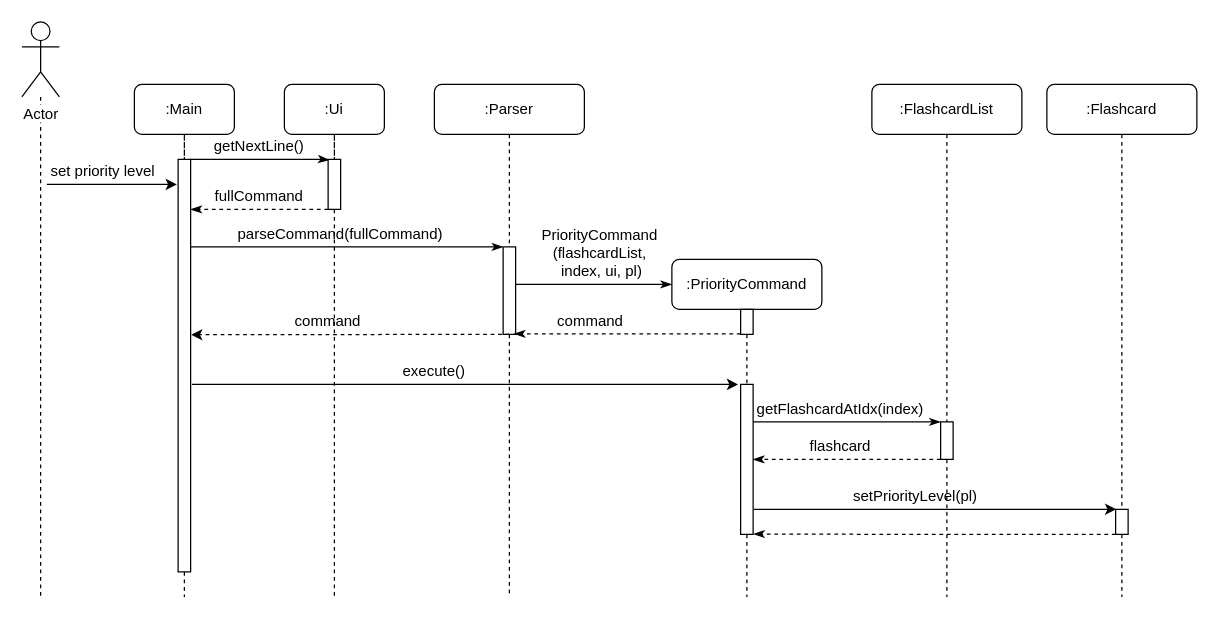
Earlier version of the draw.io diagram docs/images/setPriorityLevelSequenceDiagram.drawio (sliu107/tp). Source tidied: cells renumbered, new cells numbered last; positions are measured from the earlier drawing's top-left corner, leaving out a move shared by most shapes. Both pictures are drawn from the tidied source at 125%, with x=0, y=0 at pixel (21, 21).
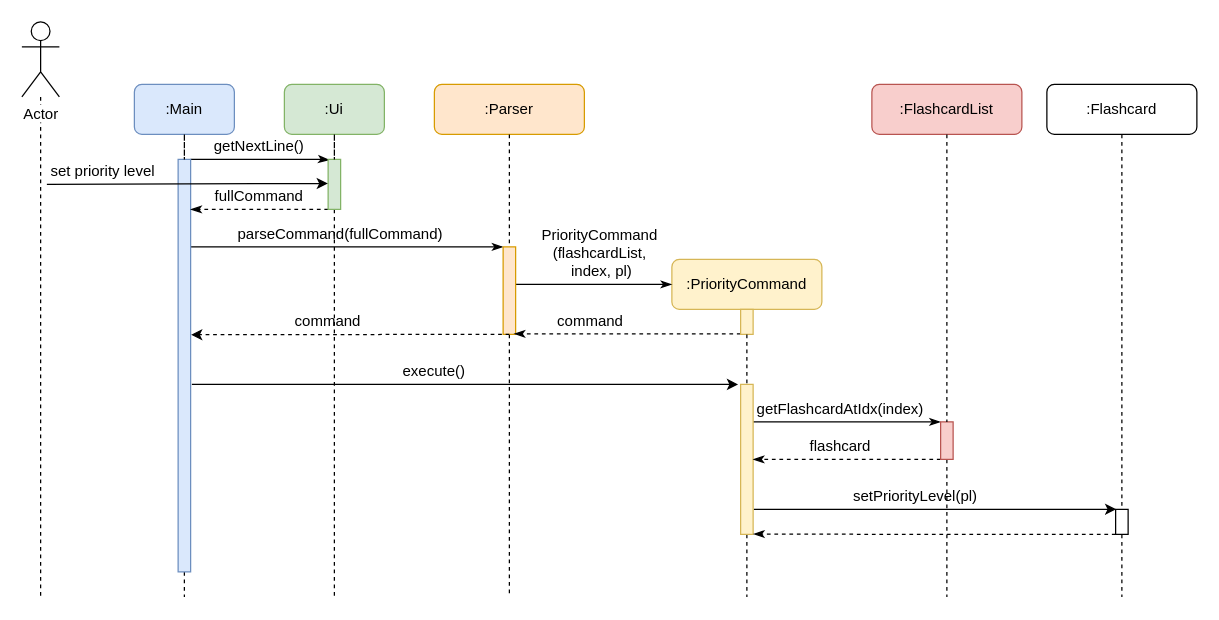
The same page after the edit.

Commit message (it also covers changes not shown here):
Update sequence diagrams

What changed in the source:
```diff
@@
-    <mxCell id="5" value=":PriorityCommand" style="rounded=1;whiteSpace=wrap;html=1;" parent="1" vertex="1">
+    <mxCell id="5" value=":PriorityCommand" style="rounded=1;whiteSpace=wrap;html=1;fillColor=#fff2cc;strokeColor=#d6b656;" parent="1" vertex="1">
       <mxGeometry x="520" y="190" width="120" height="40" as="geometry" />
     </mxCell>
@@
-    <mxCell id="7" value=":FlashcardList" style="rounded=1;whiteSpace=wrap;html=1;" parent="1" vertex="1">
+    <mxCell id="7" value=":FlashcardList" style="rounded=1;whiteSpace=wrap;html=1;fillColor=#f8cecc;strokeColor=#b85450;" parent="1" vertex="1">
       <mxGeometry x="680" y="50" width="120" height="40" as="geometry" />
     </mxCell>
@@
-    <mxCell id="9" value=":Ui" style="rounded=1;whiteSpace=wrap;html=1;" parent="1" vertex="1">
+    <mxCell id="9" value=":Ui" style="rounded=1;whiteSpace=wrap;html=1;fillColor=#d5e8d4;strokeColor=#82b366;" parent="1" vertex="1">
       <mxGeometry x="210" y="50" width="80" height="40" as="geometry" />
     </mxCell>
@@
-    <mxCell id="11" value=":Parser" style="rounded=1;whiteSpace=wrap;html=1;" parent="1" vertex="1">
+    <mxCell id="11" value=":Parser" style="rounded=1;whiteSpace=wrap;html=1;fillColor=#ffe6cc;strokeColor=#d79b00;" parent="1" vertex="1">
       <mxGeometry x="330" y="50" width="120" height="40" as="geometry" />
     </mxCell>
@@
-    <mxCell id="13" value=":Main" style="rounded=1;whiteSpace=wrap;html=1;" parent="1" vertex="1">
+    <mxCell id="13" value=":Main" style="rounded=1;whiteSpace=wrap;html=1;fillColor=#dae8fc;strokeColor=#6c8ebf;" parent="1" vertex="1">
       <mxGeometry x="90" y="50" width="80" height="40" as="geometry" />
     </mxCell>
@@
-    <mxCell id="16" style="html=1;points=[];perimeter=orthogonalPerimeter;" parent="1" vertex="1">
+    <mxCell id="16" style="html=1;points=[];perimeter=orthogonalPerimeter;fillColor=#dae8fc;strokeColor=#6c8ebf;" parent="1" vertex="1">
       <mxGeometry x="125" y="110" width="10" height="330" as="geometry" />
     </mxCell>
@@
-    <mxCell id="19" style="html=1;points=[];perimeter=orthogonalPerimeter;" parent="1" vertex="1">
+    <mxCell id="19" style="html=1;points=[];perimeter=orthogonalPerimeter;fillColor=#d5e8d4;strokeColor=#82b366;" parent="1" vertex="1">
       <mxGeometry x="245" y="110" width="10" height="40" as="geometry" />
     </mxCell>
@@
-    <mxCell id="22" style="endArrow=classic;html=1;" parent="1" edge="1">
+    <mxCell id="22" style="endArrow=classic;html=1;entryX=-0.017;entryY=0.483;entryDx=0;entryDy=0;entryPerimeter=0;" parent="1" edge="1" target="19">
       <mxGeometry relative="1" as="geometry">
         <mxPoint x="20" y="130" as="sourcePoint" />
-        <mxPoint x="124" y="130" as="targetPoint" />
       </mxGeometry>
     </mxCell>
@@
-    <mxCell id="26" style="html=1;points=[];perimeter=orthogonalPerimeter;" parent="1" vertex="1">
+    <mxCell id="26" style="html=1;points=[];perimeter=orthogonalPerimeter;fillColor=#ffe6cc;strokeColor=#d79b00;" parent="1" vertex="1">
       <mxGeometry x="385" y="180" width="10" height="70" as="geometry" />
     </mxCell>
@@
-    <mxCell id="29" value="PriorityCommand&lt;br&gt;(flashcardList,&lt;br&gt;&amp;nbsp;index, ui, pl)" style="text;html=1;strokeColor=none;fillColor=none;align=center;verticalAlign=middle;whiteSpace=wrap;rounded=0;" parent="1" vertex="1">
+    <mxCell id="29" value="PriorityCommand&lt;br&gt;(flashcardList,&lt;br&gt;&amp;nbsp;index, pl)" style="text;html=1;strokeColor=none;fillColor=none;align=center;verticalAlign=middle;whiteSpace=wrap;rounded=0;" parent="1" vertex="1">
       <mxGeometry x="395" y="170" width="135" height="30" as="geometry" />
     </mxCell>
@@
-    <mxCell id="31" style="html=1;points=[];perimeter=orthogonalPerimeter;" parent="1" vertex="1">
+    <mxCell id="31" style="html=1;points=[];perimeter=orthogonalPerimeter;fillColor=#fff2cc;strokeColor=#d6b656;" parent="1" vertex="1">
       <mxGeometry x="575" y="230" width="10" height="20" as="geometry" />
     </mxCell>
@@
-    <mxCell id="35" style="html=1;points=[];perimeter=orthogonalPerimeter;" parent="1" vertex="1">
+    <mxCell id="35" style="html=1;points=[];perimeter=orthogonalPerimeter;fillColor=#fff2cc;strokeColor=#d6b656;" parent="1" vertex="1">
       <mxGeometry x="575" y="290" width="10" height="120" as="geometry" />
     </mxCell>
@@
-    <mxCell id="41" style="html=1;points=[];perimeter=orthogonalPerimeter;" parent="1" vertex="1">
+    <mxCell id="41" style="html=1;points=[];perimeter=orthogonalPerimeter;fillColor=#f8cecc;strokeColor=#b85450;" parent="1" vertex="1">
       <mxGeometry x="735" y="320" width="10" height="30" as="geometry" />
     </mxCell>
```
